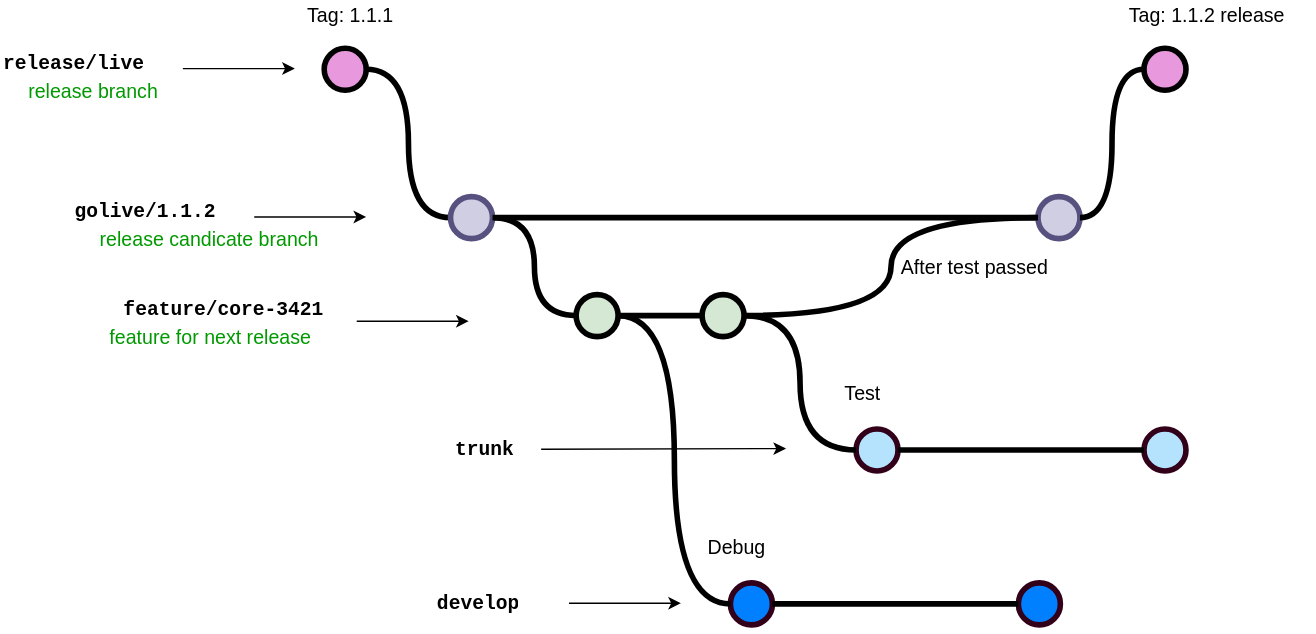
Above: src/development/2.workflow.drawio.svg in intersective/docs (draw.io), before the change. Source tidied: cells renumbered, new cells last; positions are measured from the earlier drawing's top-left corner, leaving out a move shared by most shapes.
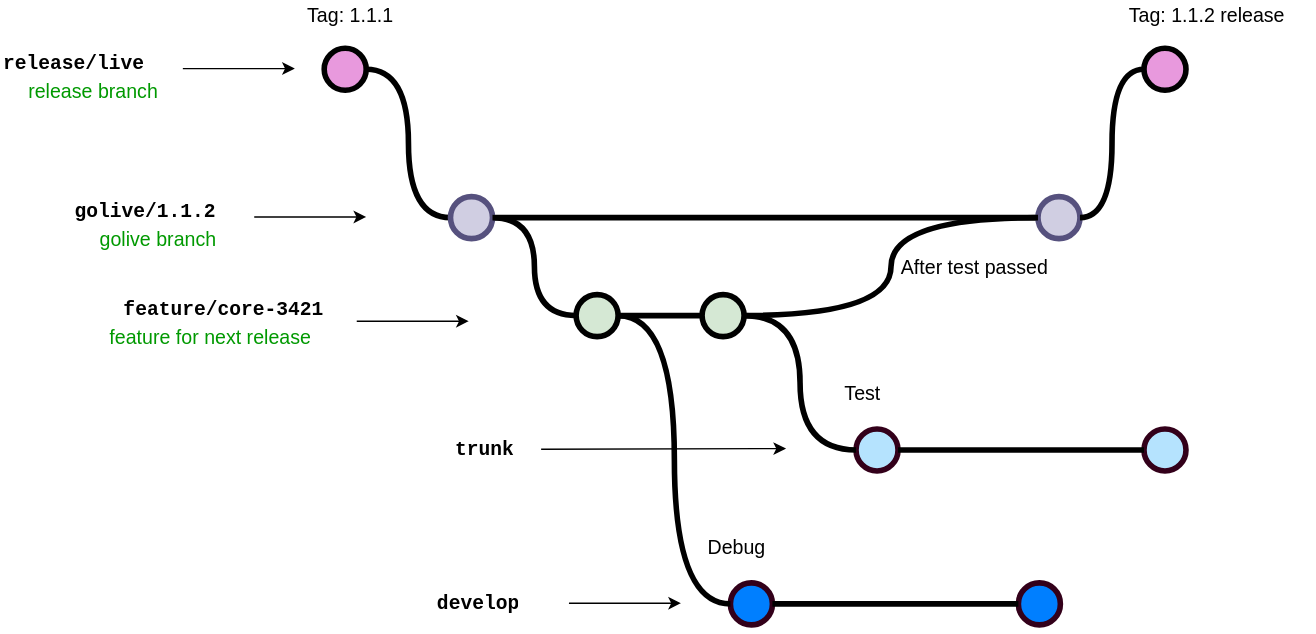
Later version of the same file.

Change to the diagram source:
```diff
@@ -20,7 +20,7 @@
     <mxCell id="7" style="verticalLabelPosition=bottom;verticalAlign=top;html=1;strokeWidth=4;shape=mxgraph.flowchart.on-page_reference;strokeColor=#56517e;fillColor=#d0cee2;" parent="1" vertex="1">
       <mxGeometry x="741" y="140" width="30" height="30" as="geometry" />
     </mxCell>
-    <mxCell id="8" value="release candicate branch" style="text;html=1;strokeColor=none;fillColor=none;align=left;verticalAlign=middle;whiteSpace=wrap;overflow=hidden;fontSize=14;fontStyle=0;fontColor=#009900;" parent="1" vertex="1">
+    <mxCell id="8" value="golive branch" style="text;html=1;strokeColor=none;fillColor=none;align=left;verticalAlign=middle;whiteSpace=wrap;overflow=hidden;fontSize=14;fontStyle=0;fontColor=#009900;" parent="1" vertex="1">
       <mxGeometry x="69" y="160" width="172" height="20" as="geometry" />
     </mxCell>
     <mxCell id="9" style="endArrow=classic;html=1;strokeWidth=1;fontFamily=Courier New;fontColor=#009900;" parent="1" edge="1">
```
